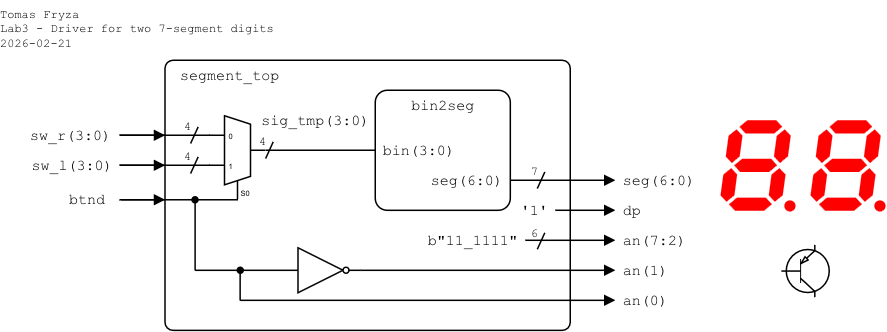
Earlier version of the draw.io export lab3-segment/images/top-level_2-digit.png (tomas-fryza/verilog-examples). Source tidied: cells renumbered, new cells last; positions are measured from the earlier drawing's top-left corner, leaving out a move shared by most shapes.
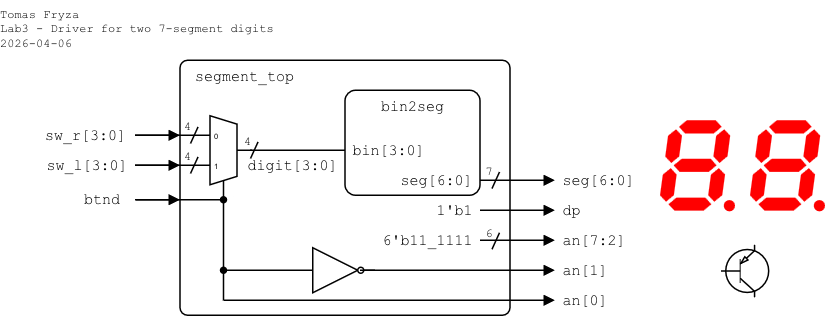
After the commit.

Diff of the diagram source:
```diff
@@ -5,54 +5,51 @@
     <mxCell id="2" value="segment_top" style="rounded=1;arcSize=3;whiteSpace=wrap;html=1;align=left;verticalAlign=top;fontFamily=Courier New;absoluteArcSize=0;fillColor=none;fontSize=10;spacingLeft=10;imageHeight=24;spacing=0;" parent="1" vertex="1">
-      <mxGeometry x="110" y="40" width="270" height="180" as="geometry" />
+      <mxGeometry x="120" y="80" width="220" height="170" as="geometry" />
     </mxCell>
-    <mxCell id="3" style="endArrow=none;html=1;rounded=0;endFill=0;endSize=5;startSize=5;" parent="1" edge="1">
-      <mxGeometry relative="1" as="geometry">
-        <mxPoint x="177" y="100" as="sourcePoint" />
-        <mxPoint x="250" y="100" as="targetPoint" />
-      </mxGeometry>
+    <mxCell id="3" value="bin2seg" style="rounded=1;arcSize=10;align=center;verticalAlign=top;fontFamily=Courier New;absoluteArcSize=0;fillColor=none;fixDash=0;fontSize=10;spacingLeft=0;labelBorderColor=none;spacingTop=0;spacing=0;labelBackgroundColor=none;whiteSpace=wrap;html=1;strokeWidth=1;shadow=0;glass=0;" parent="1" vertex="1">
+      <mxGeometry x="230" y="100" width="90" height="70" as="geometry" />
     </mxCell>
-    <mxCell id="4" style="endArrow=block;html=1;rounded=0;endFill=1;endSize=5;startSize=5;" parent="1" edge="1">
+    <mxCell id="4" style="endArrow=none;html=1;rounded=0;endFill=0;endSize=5;startSize=5;" parent="1" edge="1">
       <mxGeometry relative="1" as="geometry">
-        <mxPoint x="80" y="90" as="sourcePoint" />
-        <mxPoint x="110" y="90" as="targetPoint" />
+        <mxPoint x="167" y="140" as="sourcePoint" />
+        <mxPoint x="230" y="140" as="targetPoint" />
       </mxGeometry>
     </mxCell>
-    <mxCell id="5" value="sw_r(3:0)" style="text;html=1;align=right;verticalAlign=middle;whiteSpace=wrap;rounded=0;fontFamily=Courier New;fontSize=10;fillOpacity=100;spacing=0;spacingLeft=0;spacingRight=5;" parent="1" vertex="1">
-      <mxGeometry x="15" y="80" width="64" height="20" as="geometry" />
+    <mxCell id="5" style="endArrow=block;html=1;rounded=0;endFill=1;endSize=5;startSize=5;" parent="1" edge="1">
+      <mxGeometry relative="1" as="geometry">
+        <mxPoint x="90" y="130" as="sourcePoint" />
+        <mxPoint x="120" y="130" as="targetPoint" />
+      </mxGeometry>
     </mxCell>
-    <mxCell id="6" value="sig_tmp(3:0)" style="text;html=1;align=center;verticalAlign=middle;whiteSpace=wrap;rounded=0;fontFamily=Courier New;fontSize=10;fillOpacity=100;spacing=2;spacingLeft=0;" parent="1" vertex="1">
-      <mxGeometry x="170" y="70" width="80" height="20" as="geometry" />
+    <mxCell id="6" value="sw_r[3:0]" style="text;html=1;align=right;verticalAlign=middle;whiteSpace=wrap;rounded=0;fontFamily=Courier New;fontSize=10;fillOpacity=100;spacing=0;spacingLeft=0;spacingRight=5;" parent="1" vertex="1">
+      <mxGeometry x="25" y="120" width="64" height="20" as="geometry" />
     </mxCell>
-    <mxCell id="7" style="endArrow=block;html=1;rounded=0;endFill=1;orthogonal=1;endSize=5;startSize=5;" parent="1" edge="1">
-      <mxGeometry relative="1" as="geometry">
-        <mxPoint x="350" y="160" as="sourcePoint" />
-        <mxPoint x="410" y="160" as="targetPoint" />
-      </mxGeometry>
+    <mxCell id="7" value="digit[3:0]" style="text;html=1;align=center;verticalAlign=middle;whiteSpace=wrap;rounded=0;fontFamily=Courier New;fontSize=10;fillOpacity=100;spacing=2;spacingLeft=0;" parent="1" vertex="1">
+      <mxGeometry x="160" y="140" width="70" height="20" as="geometry" />
     </mxCell>
-    <mxCell id="8" value="b&quot;11_1111&quot;" style="text;html=1;align=right;verticalAlign=middle;whiteSpace=wrap;rounded=0;fontFamily=Courier New;fontSize=10;fillOpacity=100;spacing=0;spacingLeft=0;spacingRight=5;" parent="1" vertex="1">
-      <mxGeometry x="280" y="150" width="69.6" height="20" as="geometry" />
+    <mxCell id="8" style="endArrow=block;html=1;rounded=0;endFill=1;orthogonal=1;endSize=5;startSize=5;" parent="1" edge="1">
+      <mxGeometry relative="1" as="geometry">
+        <mxPoint x="320" y="200" as="sourcePoint" />
+        <mxPoint x="370" y="200" as="targetPoint" />
+      </mxGeometry>
     </mxCell>
-    <mxCell id="9" value="an(7:2)" style="text;html=1;align=left;verticalAlign=middle;whiteSpace=wrap;rounded=0;fontFamily=Courier New;fontSize=10;fillOpacity=100;spacing=0;spacingLeft=5;" parent="1" vertex="1">
-      <mxGeometry x="410" y="150" width="51.4" height="20" as="geometry" />
+    <mxCell id="9" value="6'b11_1111" style="text;html=1;align=right;verticalAlign=middle;whiteSpace=wrap;rounded=0;fontFamily=Courier New;fontSize=10;fillOpacity=100;spacing=0;spacingLeft=0;spacingRight=5;" parent="1" vertex="1">
+      <mxGeometry x="250" y="190" width="69.6" height="20" as="geometry" />
     </mxCell>
-    <mxCell id="10" style="verticalLabelPosition=bottom;shadow=0;dashed=0;align=center;html=1;verticalAlign=top;shape=mxgraph.electrical.opto_electronics.7_segment_display_with_dp;fillColor=#FF0000;strokeColor=none;" parent="1" vertex="1">
-      <mxGeometry x="480" y="80" width="50" height="60.8" as="geometry" />
+    <mxCell id="10" value="an[7:2]" style="text;html=1;align=left;verticalAlign=middle;whiteSpace=wrap;rounded=0;fontFamily=Courier New;fontSize=10;fillOpacity=100;spacing=0;spacingLeft=5;" parent="1" vertex="1">
+      <mxGeometry x="370" y="190" width="51.4" height="20" as="geometry" />
     </mxCell>
-    <mxCell id="11" value="Mux" style="shadow=0;dashed=0;align=center;html=1;strokeWidth=1;shape=mxgraph.electrical.abstract.mux2;whiteSpace=wrap;fontSize=10;fontFamily=Courier New;fontColor=none;noLabel=1;" parent="1" vertex="1">
-      <mxGeometry x="139.6" y="77" width="37.3" height="56" as="geometry" />
+    <mxCell id="11" style="verticalLabelPosition=bottom;shadow=0;dashed=0;align=center;html=1;verticalAlign=top;shape=mxgraph.electrical.opto_electronics.7_segment_display_with_dp;fillColor=#FF0000;strokeColor=none;" parent="1" vertex="1">
+      <mxGeometry x="440" y="120" width="50" height="60.8" as="geometry" />
     </mxCell>
-    <mxCell id="12" style="endArrow=block;html=1;rounded=0;endFill=1;endSize=5;startSize=5;" parent="1" edge="1">
-      <mxGeometry relative="1" as="geometry">
-        <mxPoint x="80" y="110" as="sourcePoint" />
-        <mxPoint x="110" y="110" as="targetPoint" />
-      </mxGeometry>
+    <mxCell id="12" value="Mux" style="shadow=0;dashed=0;align=center;html=1;strokeWidth=1;shape=mxgraph.electrical.abstract.mux2;whiteSpace=wrap;fontSize=10;fontFamily=Courier New;fontColor=none;noLabel=1;" parent="1" vertex="1">
+      <mxGeometry x="130" y="117" width="38" height="56" as="geometry" />
     </mxCell>
-    <mxCell id="13" value="sw_l(3:0)" style="text;html=1;align=right;verticalAlign=middle;whiteSpace=wrap;rounded=0;fontFamily=Courier New;fontSize=10;fillOpacity=100;spacing=0;spacingLeft=0;spacingRight=5;" parent="1" vertex="1">
-      <mxGeometry x="15" y="100" width="65" height="20" as="geometry" />
+    <mxCell id="13" style="endArrow=block;html=1;rounded=0;endFill=1;endSize=5;startSize=5;" parent="1" edge="1">
+      <mxGeometry relative="1" as="geometry">
+        <mxPoint x="90" y="150" as="sourcePoint" />
+        <mxPoint x="120" y="150" as="targetPoint" />
+      </mxGeometry>
     </mxCell>
-    <mxCell id="14" style="endArrow=none;html=1;rounded=0;endFill=0;endSize=5;startSize=5;" parent="1" edge="1">
-      <mxGeometry relative="1" as="geometry">
-        <mxPoint x="79.6" y="90" as="sourcePoint" />
-        <mxPoint x="139.6" y="90" as="targetPoint" />
-      </mxGeometry>
+    <mxCell id="14" value="sw_l[3:0]" style="text;html=1;align=right;verticalAlign=middle;whiteSpace=wrap;rounded=0;fontFamily=Courier New;fontSize=10;fillOpacity=100;spacing=0;spacingLeft=0;spacingRight=5;" parent="1" vertex="1">
+      <mxGeometry x="25" y="140" width="65" height="20" as="geometry" />
     </mxCell>
@@ -60,71 +57,74 @@
       <mxGeometry relative="1" as="geometry">
-        <mxPoint x="79.6" y="110" as="sourcePoint" />
-        <mxPoint x="139.6" y="110" as="targetPoint" />
+        <mxPoint x="90" y="130" as="sourcePoint" />
+        <mxPoint x="130" y="130" as="targetPoint" />
       </mxGeometry>
     </mxCell>
-    <mxCell id="16" style="endArrow=block;html=1;rounded=0;endFill=1;endSize=5;startSize=5;" parent="1" edge="1">
+    <mxCell id="16" style="endArrow=none;html=1;rounded=0;endFill=0;endSize=5;startSize=5;" parent="1" edge="1">
       <mxGeometry relative="1" as="geometry">
-        <mxPoint x="81" y="133" as="sourcePoint" />
-        <mxPoint x="110" y="133" as="targetPoint" />
+        <mxPoint x="90" y="150" as="sourcePoint" />
+        <mxPoint x="130" y="150" as="targetPoint" />
       </mxGeometry>
     </mxCell>
-    <mxCell id="17" value="btnd" style="text;html=1;align=right;verticalAlign=middle;whiteSpace=wrap;rounded=0;fontFamily=Courier New;fontSize=10;fillOpacity=100;spacing=0;spacingLeft=0;spacingRight=10;" parent="1" vertex="1">
-      <mxGeometry x="45" y="123" width="35" height="20" as="geometry" />
+    <mxCell id="17" style="endArrow=block;html=1;rounded=0;endFill=1;endSize=5;startSize=5;" parent="1" edge="1">
+      <mxGeometry relative="1" as="geometry">
+        <mxPoint x="91" y="173" as="sourcePoint" />
+        <mxPoint x="120" y="173" as="targetPoint" />
+      </mxGeometry>
     </mxCell>
-    <mxCell id="18" style="endArrow=none;html=1;rounded=0;endFill=0;endSize=5;startSize=5;" parent="1" edge="1">
-      <mxGeometry relative="1" as="geometry">
-        <mxPoint x="79.6" y="133" as="sourcePoint" />
-        <mxPoint x="158.6" y="133" as="targetPoint" />
-      </mxGeometry>
+    <mxCell id="18" value="btnd" style="text;html=1;align=right;verticalAlign=middle;whiteSpace=wrap;rounded=0;fontFamily=Courier New;fontSize=10;fillOpacity=100;spacing=0;spacingLeft=0;spacingRight=10;" parent="1" vertex="1">
+      <mxGeometry x="55" y="163" width="35" height="20" as="geometry" />
     </mxCell>
-    <mxCell id="19" style="endArrow=none;html=1;rounded=0;startArrow=oval;startFill=1;endSize=4;startSize=4;" parent="1" edge="1">
+    <mxCell id="19" style="endArrow=none;html=1;rounded=0;endFill=0;endSize=5;startSize=5;" parent="1" edge="1">
       <mxGeometry relative="1" as="geometry">
-        <mxPoint x="130" y="133" as="sourcePoint" />
-        <mxPoint x="130" y="180" as="targetPoint" />
+        <mxPoint x="90" y="173" as="sourcePoint" />
+        <mxPoint x="149" y="173" as="targetPoint" />
       </mxGeometry>
     </mxCell>
-    <mxCell id="20" style="verticalLabelPosition=bottom;shadow=0;dashed=0;align=center;html=1;verticalAlign=top;shape=mxgraph.electrical.opto_electronics.7_segment_display_with_dp;fillColor=#FF0000;strokeColor=none;" parent="1" vertex="1">
-      <mxGeometry x="540" y="80" width="50" height="60.8" as="geometry" />
+    <mxCell id="20" style="endArrow=none;html=1;rounded=0;startArrow=oval;startFill=1;endSize=4;startSize=4;" parent="1" edge="1">
+      <mxGeometry relative="1" as="geometry">
+        <mxPoint x="149" y="173" as="sourcePoint" />
+        <mxPoint x="149" y="220" as="targetPoint" />
+      </mxGeometry>
     </mxCell>
-    <mxCell id="21" style="verticalLabelPosition=bottom;shadow=0;dashed=0;align=center;html=1;verticalAlign=top;shape=mxgraph.electrical.logic_gates.inverter_2;" parent="1" vertex="1">
-      <mxGeometry x="190" y="165" width="50" height="30" as="geometry" />
+    <mxCell id="21" style="verticalLabelPosition=bottom;shadow=0;dashed=0;align=center;html=1;verticalAlign=top;shape=mxgraph.electrical.opto_electronics.7_segment_display_with_dp;fillColor=#FF0000;strokeColor=none;" parent="1" vertex="1">
+      <mxGeometry x="500" y="120" width="50" height="60.8" as="geometry" />
     </mxCell>
-    <mxCell id="22" style="endArrow=block;html=1;rounded=0;endFill=1;orthogonal=1;endSize=5;startSize=5;" parent="1" edge="1">
-      <mxGeometry relative="1" as="geometry">
-        <mxPoint x="240" y="180" as="sourcePoint" />
-        <mxPoint x="410" y="180" as="targetPoint" />
-      </mxGeometry>
+    <mxCell id="22" style="verticalLabelPosition=bottom;shadow=0;dashed=0;align=center;html=1;verticalAlign=top;shape=mxgraph.electrical.logic_gates.inverter_2;" parent="1" vertex="1">
+      <mxGeometry x="200" y="205" width="50" height="30" as="geometry" />
     </mxCell>
-    <mxCell id="23" value="an(1)" style="text;html=1;align=left;verticalAlign=middle;whiteSpace=wrap;rounded=0;fontFamily=Courier New;fontSize=10;fillOpacity=100;spacing=0;spacingLeft=5;" parent="1" vertex="1">
-      <mxGeometry x="410" y="170" width="41.4" height="20" as="geometry" />
+    <mxCell id="23" style="endArrow=block;html=1;rounded=0;endFill=1;orthogonal=1;endSize=5;startSize=5;" parent="1" edge="1">
+      <mxGeometry relative="1" as="geometry">
+        <mxPoint x="240" y="220" as="sourcePoint" />
+        <mxPoint x="370" y="220" as="targetPoint" />
+      </mxGeometry>
     </mxCell>
-    <mxCell id="24" style="endArrow=none;html=1;rounded=0;endFill=0;endSize=5;startSize=5;" parent="1" edge="1">
-      <mxGeometry relative="1" as="geometry">
-        <mxPoint x="130" y="180" as="sourcePoint" />
-        <mxPoint x="190" y="180" as="targetPoint" />
-      </mxGeometry>
+    <mxCell id="24" value="an[1]" style="text;html=1;align=left;verticalAlign=middle;whiteSpace=wrap;rounded=0;fontFamily=Courier New;fontSize=10;fillOpacity=100;spacing=0;spacingLeft=5;" parent="1" vertex="1">
+      <mxGeometry x="370" y="210" width="41.4" height="20" as="geometry" />
     </mxCell>
-    <mxCell id="25" style="endArrow=block;html=1;rounded=0;endFill=1;orthogonal=1;endSize=5;startSize=5;" parent="1" edge="1">
+    <mxCell id="25" style="endArrow=none;html=1;rounded=0;endFill=0;endSize=5;startSize=5;" parent="1" edge="1">
       <mxGeometry relative="1" as="geometry">
-        <mxPoint x="160" y="200" as="sourcePoint" />
-        <mxPoint x="410" y="200" as="targetPoint" />
+        <mxPoint x="149" y="220" as="sourcePoint" />
+        <mxPoint x="200" y="220" as="targetPoint" />
       </mxGeometry>
     </mxCell>
-    <mxCell id="26" value="an(0)" style="text;html=1;align=left;verticalAlign=middle;whiteSpace=wrap;rounded=0;fontFamily=Courier New;fontSize=10;fillOpacity=100;spacing=0;spacingLeft=5;" parent="1" vertex="1">
-      <mxGeometry x="410" y="190" width="40.4" height="20" as="geometry" />
+    <mxCell id="26" style="endArrow=block;html=1;rounded=0;endFill=1;orthogonal=1;endSize=5;startSize=5;" parent="1" edge="1">
+      <mxGeometry relative="1" as="geometry">
+        <mxPoint x="149" y="240" as="sourcePoint" />
+        <mxPoint x="370" y="240" as="targetPoint" />
+      </mxGeometry>
     </mxCell>
-    <mxCell id="27" style="endArrow=none;html=1;rounded=0;startArrow=oval;startFill=1;endSize=4;startSize=4;" parent="1" edge="1">
-      <mxGeometry relative="1" as="geometry">
-        <mxPoint x="160" y="180" as="sourcePoint" />
-        <mxPoint x="160" y="200" as="targetPoint" />
-      </mxGeometry>
+    <mxCell id="27" value="an[0]" style="text;html=1;align=left;verticalAlign=middle;whiteSpace=wrap;rounded=0;fontFamily=Courier New;fontSize=10;fillOpacity=100;spacing=0;spacingLeft=5;" parent="1" vertex="1">
+      <mxGeometry x="370" y="230" width="40.4" height="20" as="geometry" />
     </mxCell>
-    <mxCell id="28" value="bin2seg" style="rounded=1;arcSize=10;align=center;verticalAlign=top;fontFamily=Courier New;absoluteArcSize=0;fillColor=none;fixDash=0;fontSize=10;spacingLeft=0;labelBorderColor=none;spacingTop=0;spacing=0;labelBackgroundColor=none;whiteSpace=wrap;html=1;strokeWidth=1;shadow=0;glass=0;" parent="1" vertex="1">
-      <mxGeometry x="250" y="60" width="90" height="80" as="geometry" />
+    <mxCell id="28" style="endArrow=none;html=1;rounded=0;startArrow=oval;startFill=1;endSize=4;startSize=4;" parent="1" edge="1">
+      <mxGeometry relative="1" as="geometry">
+        <mxPoint x="149" y="220" as="sourcePoint" />
+        <mxPoint x="149" y="240" as="targetPoint" />
+      </mxGeometry>
     </mxCell>
-    <mxCell id="29" value="&lt;div style=&quot;line-height: 100%;&quot; align=&quot;left&quot;&gt;bin(3:0)&lt;/div&gt;" style="text;html=1;align=left;verticalAlign=middle;whiteSpace=wrap;rounded=0;fontFamily=Courier New;fontSize=10;fillOpacity=100;spacingLeft=5;spacing=0;" parent="1" vertex="1">
-      <mxGeometry x="250" y="90" width="60" height="20" as="geometry" />
+    <mxCell id="29" value="&lt;div style=&quot;line-height: 100%;&quot; align=&quot;left&quot;&gt;bin[3:0]&lt;/div&gt;" style="text;html=1;align=left;verticalAlign=middle;whiteSpace=wrap;rounded=0;fontFamily=Courier New;fontSize=10;fillOpacity=100;spacingLeft=5;spacing=0;" parent="1" vertex="1">
+      <mxGeometry x="230" y="130" width="60" height="20" as="geometry" />
     </mxCell>
-    <mxCell id="30" value="&lt;div style=&quot;line-height: 100%;&quot;&gt;seg(6:0)&lt;/div&gt;" style="text;html=1;align=right;verticalAlign=middle;whiteSpace=wrap;rounded=0;fontFamily=Courier New;fontSize=10;fillOpacity=100;spacing=0;spacingRight=5;" parent="1" vertex="1">
-      <mxGeometry x="280" y="110" width="60" height="20" as="geometry" />
+    <mxCell id="30" value="&lt;div style=&quot;line-height: 100%;&quot;&gt;seg[6:0]&lt;/div&gt;" style="text;html=1;align=right;verticalAlign=middle;whiteSpace=wrap;rounded=0;fontFamily=Courier New;fontSize=10;fillOpacity=100;spacing=0;spacingRight=5;" parent="1" vertex="1">
+      <mxGeometry x="260" y="150" width="60" height="20" as="geometry" />
     </mxCell>
@@ -132,8 +132,8 @@
       <mxGeometry relative="1" as="geometry">
-        <mxPoint x="340" y="120" as="sourcePoint" />
-        <mxPoint x="410" y="120" as="targetPoint" />
+        <mxPoint x="320" y="160" as="sourcePoint" />
+        <mxPoint x="370" y="160" as="targetPoint" />
       </mxGeometry>
     </mxCell>
-    <mxCell id="32" value="seg(6:0)" style="text;html=1;align=left;verticalAlign=middle;whiteSpace=wrap;rounded=0;fontFamily=Courier New;fontSize=10;fillOpacity=100;spacing=0;spacingLeft=5;" parent="1" vertex="1">
-      <mxGeometry x="410" y="110" width="60" height="20" as="geometry" />
+    <mxCell id="32" value="seg[6:0]" style="text;html=1;align=left;verticalAlign=middle;whiteSpace=wrap;rounded=0;fontFamily=Courier New;fontSize=10;fillOpacity=100;spacing=0;spacingLeft=5;" parent="1" vertex="1">
+      <mxGeometry x="370" y="150" width="60" height="20" as="geometry" />
     </mxCell>
@@ -141,4 +141,4 @@
       <mxGeometry relative="1" as="geometry">
-        <mxPoint x="370" y="140" as="sourcePoint" />
-        <mxPoint x="410" y="140" as="targetPoint" />
+        <mxPoint x="320" y="180" as="sourcePoint" />
+        <mxPoint x="370" y="180" as="targetPoint" />
       </mxGeometry>
@@ -146,9 +146,9 @@
     <mxCell id="34" value="dp" style="text;html=1;align=left;verticalAlign=middle;whiteSpace=wrap;rounded=0;fontFamily=Courier New;fontSize=10;fillOpacity=100;spacing=0;spacingLeft=5;" parent="1" vertex="1">
-      <mxGeometry x="410" y="130" width="20" height="20" as="geometry" />
+      <mxGeometry x="370" y="170" width="20" height="20" as="geometry" />
     </mxCell>
-    <mxCell id="35" value="'1'" style="text;html=1;align=right;verticalAlign=middle;whiteSpace=wrap;rounded=0;fontFamily=Courier New;fontSize=10;fillOpacity=100;spacing=0;spacingLeft=0;spacingRight=5;" parent="1" vertex="1">
-      <mxGeometry x="340" y="130" width="30" height="20" as="geometry" />
+    <mxCell id="35" value="1'b1" style="text;html=1;align=right;verticalAlign=middle;whiteSpace=wrap;rounded=0;fontFamily=Courier New;fontSize=10;fillOpacity=100;spacing=0;spacingLeft=0;spacingRight=5;" parent="1" vertex="1">
+      <mxGeometry x="290" y="170" width="30" height="20" as="geometry" />
     </mxCell>
     <mxCell id="36" value="7" style="text;html=1;align=center;verticalAlign=middle;whiteSpace=wrap;rounded=0;fontFamily=Courier New;fontSize=8;fillOpacity=100;spacing=2;spacingRight=0;" parent="1" vertex="1">
-      <mxGeometry x="351" y="104" width="10" height="20" as="geometry" />
+      <mxGeometry x="321" y="144" width="10" height="20" as="geometry" />
     </mxCell>
@@ -156,4 +156,4 @@
       <mxGeometry relative="1" as="geometry">
-        <mxPoint x="363" y="114.5" as="sourcePoint" />
-        <mxPoint x="358" y="125.5" as="targetPoint" />
+        <mxPoint x="333" y="154.5" as="sourcePoint" />
+        <mxPoint x="328" y="165.5" as="targetPoint" />
       </mxGeometry>
@@ -161,3 +161,3 @@
     <mxCell id="38" style="verticalLabelPosition=bottom;shadow=0;dashed=0;align=center;html=1;verticalAlign=top;shape=mxgraph.electrical.transistors.pnp_transistor_1;" parent="1" vertex="1">
-      <mxGeometry x="520" y="163" width="33.2" height="35" as="geometry" />
+      <mxGeometry x="480" y="203" width="33.2" height="35" as="geometry" />
     </mxCell>
@@ -165,4 +165,4 @@
       <mxGeometry relative="1" as="geometry">
-        <mxPoint x="363" y="155" as="sourcePoint" />
-        <mxPoint x="358" y="166" as="targetPoint" />
+        <mxPoint x="333" y="195" as="sourcePoint" />
+        <mxPoint x="328" y="206" as="targetPoint" />
       </mxGeometry>
@@ -170,6 +170,6 @@
     <mxCell id="40" value="6" style="text;html=1;align=center;verticalAlign=middle;whiteSpace=wrap;rounded=0;fontFamily=Courier New;fontSize=8;fillOpacity=100;spacing=2;spacingRight=0;" parent="1" vertex="1">
-      <mxGeometry x="351" y="145" width="10" height="20" as="geometry" />
+      <mxGeometry x="321" y="185" width="10" height="20" as="geometry" />
     </mxCell>
     <mxCell id="41" value="4" style="text;html=1;align=center;verticalAlign=middle;whiteSpace=wrap;rounded=0;fontFamily=Courier New;fontSize=8;fillOpacity=100;spacing=2;spacingRight=0;" parent="1" vertex="1">
-      <mxGeometry x="120" y="94" width="10" height="20" as="geometry" />
+      <mxGeometry x="120" y="134" width="10" height="20" as="geometry" />
     </mxCell>
@@ -177,4 +177,4 @@
       <mxGeometry relative="1" as="geometry">
-        <mxPoint x="132" y="104.5" as="sourcePoint" />
-        <mxPoint x="127" y="115.5" as="targetPoint" />
+        <mxPoint x="132" y="144.5" as="sourcePoint" />
+        <mxPoint x="127" y="155.5" as="targetPoint" />
       </mxGeometry>
@@ -182,3 +182,3 @@
     <mxCell id="43" value="4" style="text;html=1;align=center;verticalAlign=middle;whiteSpace=wrap;rounded=0;fontFamily=Courier New;fontSize=8;fillOpacity=100;spacing=2;spacingRight=0;" parent="1" vertex="1">
-      <mxGeometry x="120" y="74" width="10" height="20" as="geometry" />
+      <mxGeometry x="120" y="114" width="10" height="20" as="geometry" />
     </mxCell>
@@ -186,4 +186,4 @@
       <mxGeometry relative="1" as="geometry">
-        <mxPoint x="132" y="84.5" as="sourcePoint" />
-        <mxPoint x="127" y="95.5" as="targetPoint" />
+        <mxPoint x="132" y="124.5" as="sourcePoint" />
+        <mxPoint x="127" y="135.5" as="targetPoint" />
       </mxGeometry>
@@ -191,3 +191,3 @@
     <mxCell id="45" value="4" style="text;html=1;align=center;verticalAlign=middle;whiteSpace=wrap;rounded=0;fontFamily=Courier New;fontSize=8;fillOpacity=100;spacing=2;spacingRight=0;" parent="1" vertex="1">
-      <mxGeometry x="170" y="84" width="10" height="20" as="geometry" />
+      <mxGeometry x="160" y="124" width="10" height="20" as="geometry" />
     </mxCell>
@@ -195,9 +195,12 @@
       <mxGeometry relative="1" as="geometry">
-        <mxPoint x="182" y="94.5" as="sourcePoint" />
-        <mxPoint x="177" y="105.5" as="targetPoint" />
+        <mxPoint x="172" y="134.5" as="sourcePoint" />
+        <mxPoint x="167" y="145.5" as="targetPoint" />
       </mxGeometry>
     </mxCell>
-    <mxCell id="47" value="&lt;div&gt;Tomas Fryza&lt;/div&gt;&lt;div&gt;Lab3 - Driver for two 7-segment digits&lt;/div&gt;&lt;div&gt;2026-02-21&lt;/div&gt;" style="text;html=1;align=left;verticalAlign=top;whiteSpace=wrap;rounded=0;fontFamily=Courier New;fontSize=8;fillOpacity=100;spacing=0;spacingLeft=0;" parent="1" vertex="1">
-      <mxGeometry width="280" height="40" as="geometry" />
+    <mxCell id="47" value="&lt;div&gt;Tomas Fryza&lt;/div&gt;&lt;div&gt;Lab3 - Driver for two 7-segment digits&lt;/div&gt;&lt;div&gt;2026-04-06&lt;/div&gt;" style="text;html=1;align=left;verticalAlign=top;whiteSpace=wrap;rounded=0;fontFamily=Courier New;fontSize=8;fillOpacity=100;spacing=0;spacingLeft=0;" parent="1" vertex="1">
+      <mxGeometry y="40" width="200" height="40" as="geometry" />
     </mxCell>
+    <mxCell id="48" style="rounded=0;whiteSpace=wrap;html=1;strokeColor=light-dark(#FFFFFF,#EDEDED);" parent="1" vertex="1">
+      <mxGeometry x="151" y="161" width="20" height="9.5" as="geometry" />
+    </mxCell>
   </root>
```
